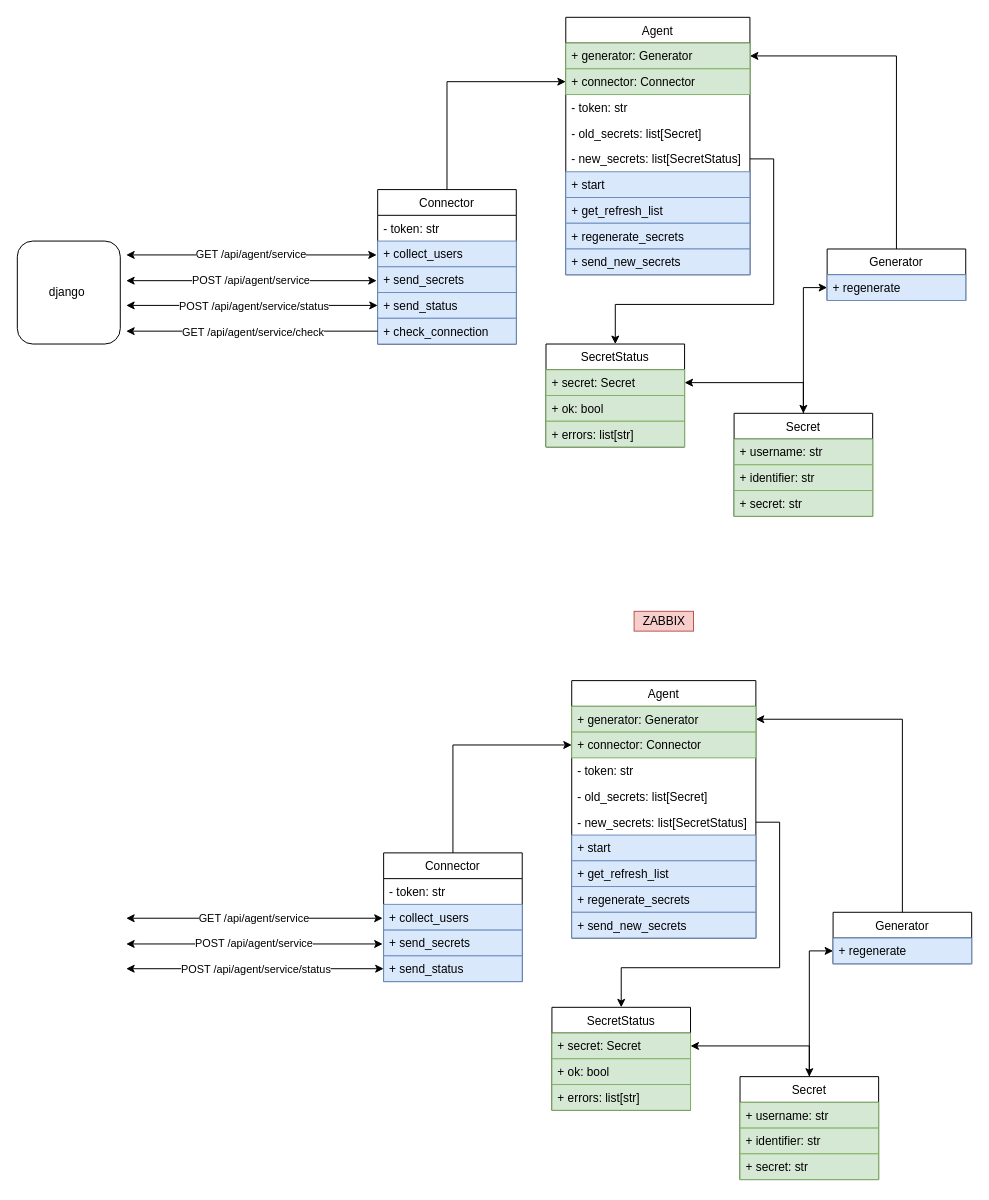
Above: page "Страница 2" (2 of 2) of docs/Диаграмма.drawio in ig-rudenko/passport (draw.io), before the change. Source tidied: cells renumbered, new cells numbered last; positions are measured from the earlier drawing's top-left corner, leaving out a move shared by most shapes. Both pictures are drawn from the tidied source at 99%, with x=0, y=0 at pixel (17, 17).
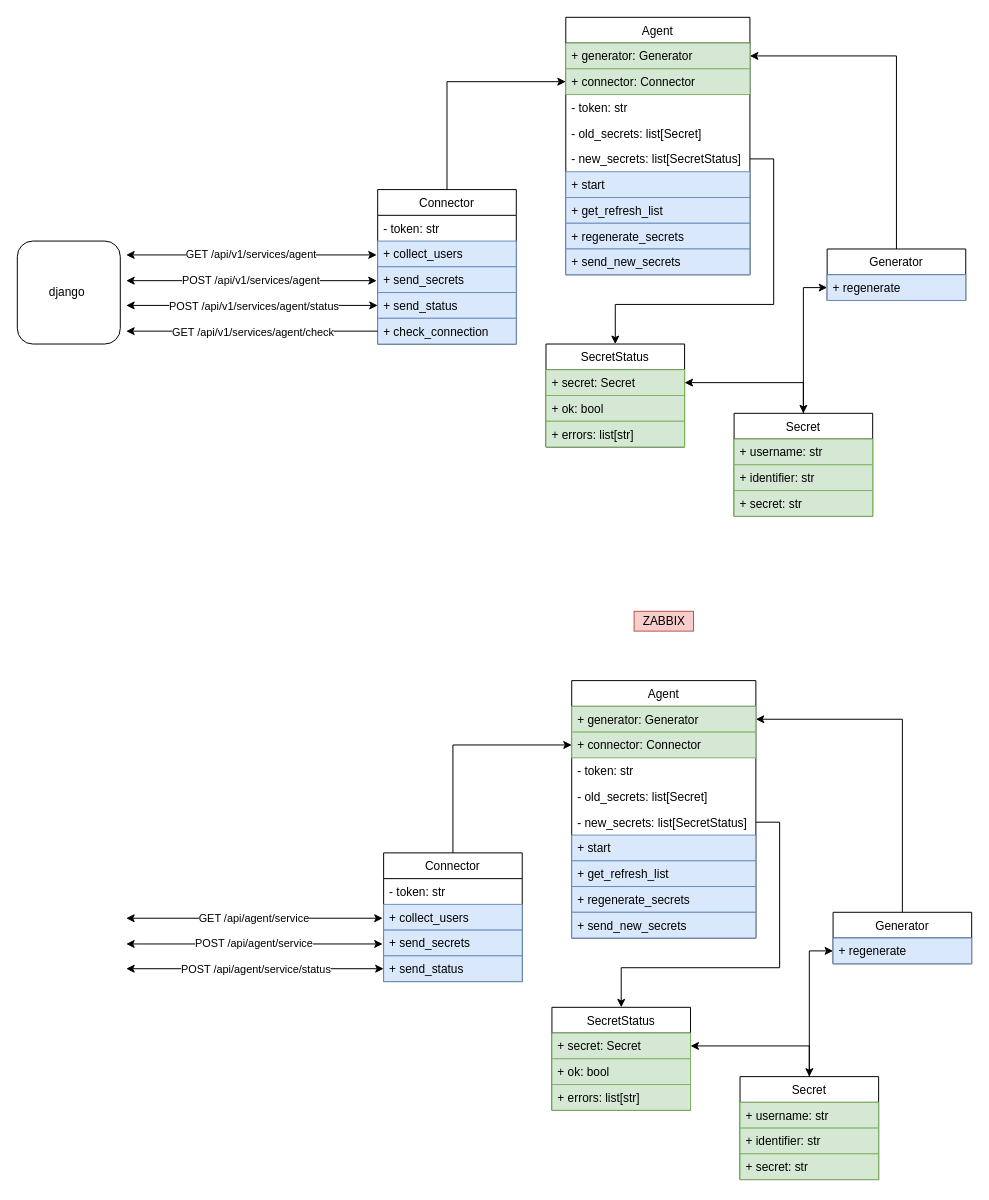
The same page after the edit.

The change refers to these unchanged cells:
```xml
<mxCell id="64" value="+ check_connection" style="text;strokeColor=#6c8ebf;fillColor=#dae8fc;align=left;verticalAlign=top;spacingLeft=4;spacingRight=4;overflow=hidden;points=[[0,0.5],[1,0.5]];portConstraint=eastwest;" parent="59" vertex="1">
  <mxGeometry y="130" width="140" height="26" as="geometry" />
</mxCell>
<mxCell id="65" style="edgeStyle=orthogonalEdgeStyle;rounded=0;jettySize=auto;html=1;exitX=0;exitY=0.5;exitDx=0;exitDy=0;startArrow=classic;startFill=1;" parent="1" edge="1" source="63">
  <mxGeometry relative="1" as="geometry">
    <mxPoint x="110" y="291" as="targetPoint" />
  </mxGeometry>
</mxCell>
```

The edit, as a diff of the source:
```diff
@@
-    <mxCell id="56" value="GET /api/agent/service" style="edgeStyle=orthogonalEdgeStyle;rounded=0;orthogonalLoop=1;jettySize=auto;html=1;exitX=0;exitY=0.5;exitDx=0;exitDy=0;startArrow=classic;startFill=1;" parent="1" edge="1">
+    <mxCell id="56" value="GET /api/v1/services/agent" style="edgeStyle=orthogonalEdgeStyle;rounded=0;orthogonalLoop=1;jettySize=auto;html=1;exitX=0;exitY=0.5;exitDx=0;exitDy=0;startArrow=classic;startFill=1;" parent="1" edge="1">
       <mxGeometry relative="1" as="geometry">
         <mxPoint x="363" y="240" as="sourcePoint" />
         <mxPoint x="110" y="240" as="targetPoint" />
       </mxGeometry>
     </mxCell>
-    <mxCell id="57" value="POST /api/agent/service" style="edgeStyle=orthogonalEdgeStyle;rounded=0;orthogonalLoop=1;jettySize=auto;html=1;exitX=0;exitY=0.5;exitDx=0;exitDy=0;startArrow=classic;startFill=1;" parent="1" edge="1">
+    <mxCell id="57" value="POST /api/v1/services/agent" style="edgeStyle=orthogonalEdgeStyle;rounded=0;orthogonalLoop=1;jettySize=auto;html=1;exitX=0;exitY=0.5;exitDx=0;exitDy=0;startArrow=classic;startFill=1;" parent="1" edge="1">
       <mxGeometry relative="1" as="geometry">
         <mxPoint x="363" y="266" as="sourcePoint" />
         <mxPoint x="110" y="266" as="targetPoint" />
         <Array as="points">
           <mxPoint x="114" y="266" />
           <mxPoint x="114" y="266" />
         </Array>
       </mxGeometry>
     </mxCell>
@@
-    <mxCell id="66" value="POST /api/agent/service/status" style="edgeLabel;html=1;align=center;verticalAlign=middle;" parent="65" vertex="1">
+    <mxCell id="66" value="POST /api/v1/services/agent/status" style="edgeLabel;html=1;align=center;verticalAlign=middle;" parent="65" vertex="1">
       <mxGeometry x="0.26" y="2" relative="1" as="geometry">
         <mxPoint x="34" y="-2" as="offset" />
       </mxGeometry>
     </mxCell>
@@
-    <mxCell id="73" value="GET /api/agent/service/check" style="edgeStyle=orthogonalEdgeStyle;rounded=0;jettySize=auto;html=1;exitX=0;exitY=0.5;exitDx=0;exitDy=0;startArrow=none;startFill=0;" parent="1" edge="1" source="64">
+    <mxCell id="73" value="GET /api/v1/services/agent/check" style="edgeStyle=orthogonalEdgeStyle;rounded=0;jettySize=auto;html=1;exitX=0;exitY=0.5;exitDx=0;exitDy=0;startArrow=none;startFill=0;" parent="1" edge="1" source="64">
       <mxGeometry relative="1" as="geometry">
         <mxPoint x="110" y="317" as="targetPoint" />
       </mxGeometry>
     </mxCell>
```
